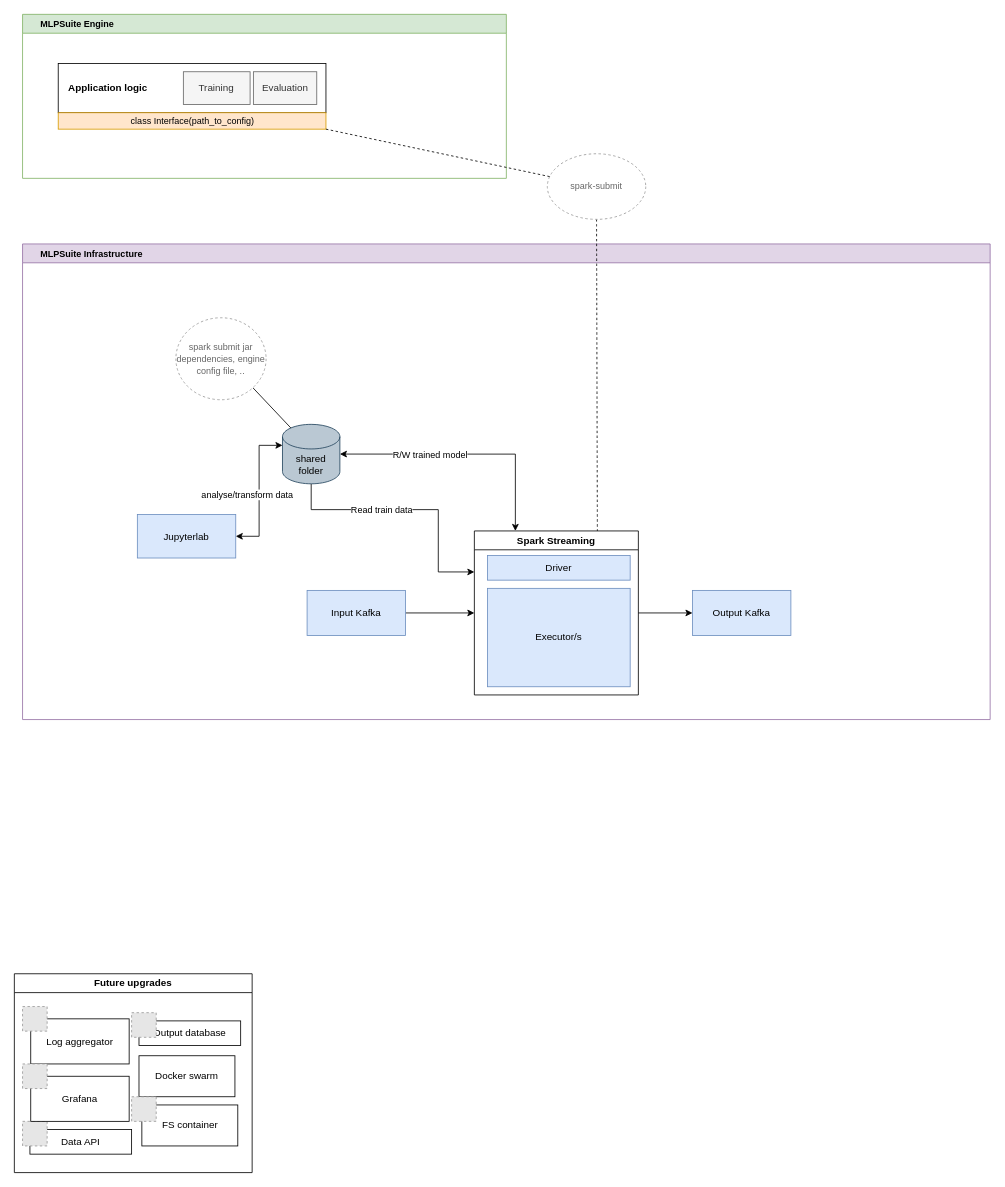
Earlier version of the draw.io diagram design/architecture.drawio (bubikhonza/mlpsuite). Source tidied: cells renumbered, new cells numbered last; positions are measured from the earlier drawing's top-left corner, leaving out a move shared by most shapes. Both pictures are drawn from the tidied source at 82%, with x=0, y=0 at pixel (14, 14). Pictures stored in the file or linked from it are replaced by grey dashed boxes.
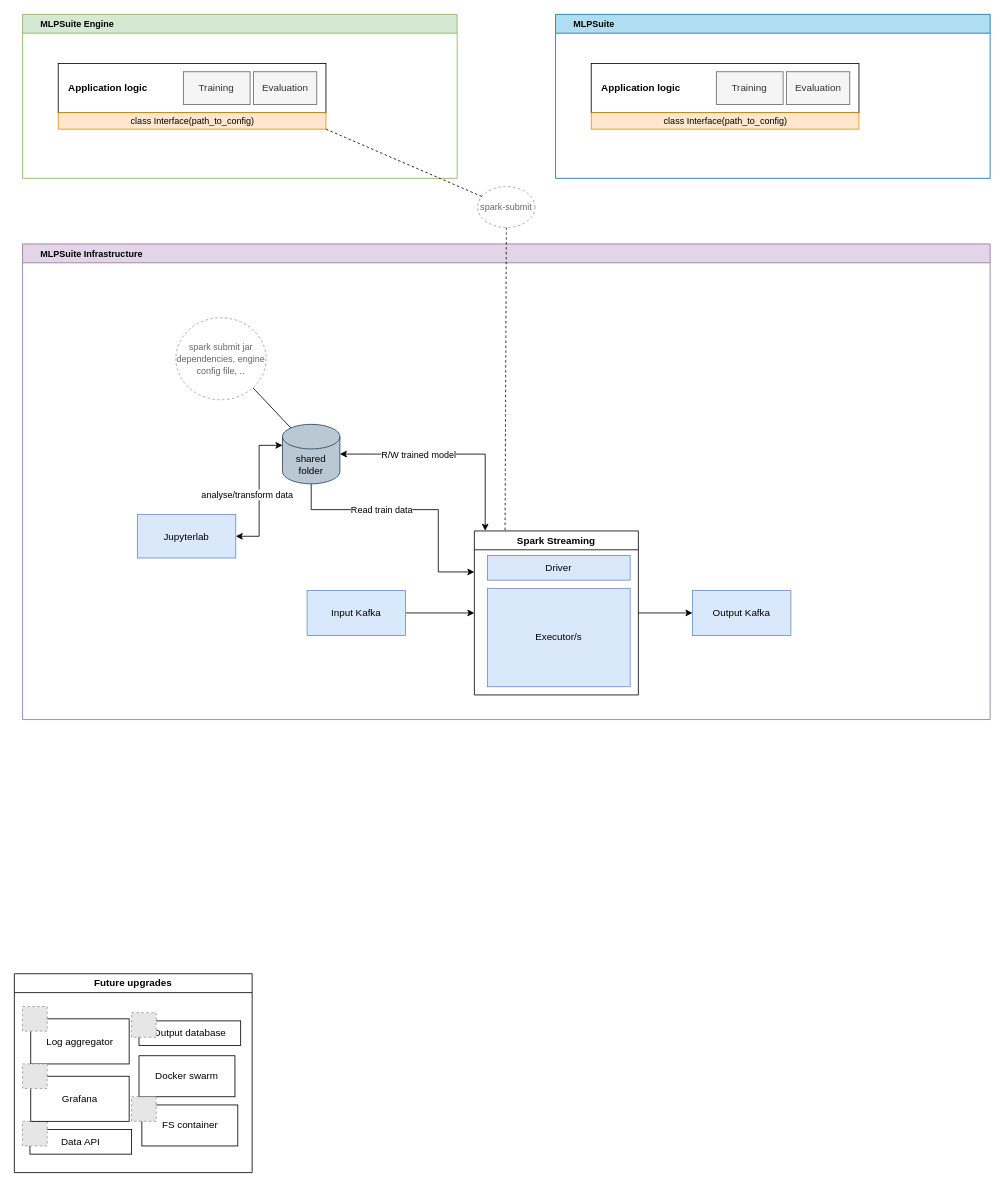
Above is the later version.

The change refers to these unchanged cells:
```xml
<mxCell id="14" value="MLPSuite Infrastructure" style="swimlane;whiteSpace=wrap;html=1;fontSize=11;fillColor=#e1d5e7;strokeColor=#9673a6;align=left;spacingLeft=20;" parent="1" vertex="1">
  <mxGeometry x="10" y="280" width="1180" height="580" as="geometry" />
</mxCell>
<mxCell id="15" value="Spark Streaming" style="swimlane;whiteSpace=wrap;html=1;" parent="14" vertex="1">
  <mxGeometry x="551" y="350" width="200" height="200" as="geometry" />
</mxCell>
<mxCell id="24" value="shared&lt;br&gt;folder" style="shape=cylinder3;whiteSpace=wrap;html=1;boundedLbl=1;backgroundOutline=1;size=15;fillColor=#bac8d3;strokeColor=#23445d;" parent="14" vertex="1">
  <mxGeometry x="317" y="220" width="70" height="72.5" as="geometry" />
</mxCell>
```

Change to the diagram source:
```diff
@@
-    <mxCell id="25" style="edgeStyle=orthogonalEdgeStyle;rounded=0;jettySize=auto;html=1;exitX=0.25;exitY=0;exitDx=0;exitDy=0;entryX=1;entryY=0.5;entryDx=0;entryDy=0;entryPerimeter=0;startArrow=classic;startFill=1;" parent="14" edge="1" source="15" target="24">
+    <mxCell id="25" style="edgeStyle=orthogonalEdgeStyle;rounded=0;jettySize=auto;html=1;entryX=1;entryY=0.5;entryDx=0;entryDy=0;entryPerimeter=0;startArrow=classic;startFill=1;exitX=0.066;exitY=-0.001;exitDx=0;exitDy=0;exitPerimeter=0;" parent="14" edge="1" source="15" target="24">
       <mxGeometry relative="1" as="geometry" />
     </mxCell>
@@
     <mxCell id="32" value="MLPSuite Engine" style="swimlane;whiteSpace=wrap;html=1;fontSize=11;align=left;spacingLeft=20;fillColor=#d5e8d4;strokeColor=#82b366;" parent="1" vertex="1">
-      <mxGeometry x="10" width="590" height="200" as="geometry" />
+      <mxGeometry x="10" width="530" height="200" as="geometry" />
     </mxCell>
@@
-    <mxCell id="38" style="edgeStyle=none;curved=1;jettySize=auto;html=1;exitX=0.5;exitY=1;exitDx=0;exitDy=0;entryX=0.75;entryY=0;entryDx=0;entryDy=0;dashed=1;fontSize=11;fontColor=#666666;endArrow=none;endFill=0;" parent="1" edge="1" source="39" target="15">
+    <mxCell id="38" style="edgeStyle=none;curved=1;jettySize=auto;html=1;exitX=0.5;exitY=1;exitDx=0;exitDy=0;entryX=0.187;entryY=0.003;entryDx=0;entryDy=0;dashed=1;fontSize=11;fontColor=#666666;endArrow=none;endFill=0;entryPerimeter=0;" parent="1" edge="1" source="39" target="15">
       <mxGeometry relative="1" as="geometry" />
     </mxCell>
     <mxCell id="39" value="spark-submit" style="ellipse;whiteSpace=wrap;html=1;dashed=1;labelBorderColor=none;strokeColor=#999999;fontSize=11;fontColor=#666666;fillColor=default;" parent="1" vertex="1">
-      <mxGeometry x="650" y="170" width="120" height="80" as="geometry" />
+      <mxGeometry x="565" y="210" width="70" height="50" as="geometry" />
     </mxCell>
@@
+    <mxCell id="41" value="MLPSuite&amp;nbsp;" style="swimlane;whiteSpace=wrap;html=1;fontSize=11;align=left;spacingLeft=20;fillColor=#b1ddf0;strokeColor=#10739e;" parent="1" vertex="1">
+      <mxGeometry x="660" width="530" height="200" as="geometry" />
+    </mxCell>
+    <mxCell id="42" style="group;" parent="41" vertex="1">
+      <mxGeometry x="43.5" y="60" width="326.5" height="60" as="geometry" />
+    </mxCell>
+    <mxCell id="43" value="Application logic" style="rounded=0;whiteSpace=wrap;html=1;fillStyle=auto;align=left;spacingLeft=10;fontStyle=1;" parent="42" vertex="1">
+      <mxGeometry width="326.5" height="60" as="geometry" />
+    </mxCell>
+    <mxCell id="44" value="Training" style="rounded=0;whiteSpace=wrap;html=1;fillStyle=auto;fillColor=#f5f5f5;fontColor=#333333;strokeColor=#666666;" parent="42" vertex="1">
+      <mxGeometry x="152.6" y="10" width="81.4" height="40" as="geometry" />
+    </mxCell>
+    <mxCell id="45" value="Evaluation" style="rounded=0;whiteSpace=wrap;html=1;fillStyle=auto;fillColor=#f5f5f5;fontColor=#333333;strokeColor=#666666;" parent="42" vertex="1">
+      <mxGeometry x="238" y="10" width="77.3" height="40" as="geometry" />
+    </mxCell>
+    <mxCell id="46" value="class Interface(path_to_config)" style="rounded=0;whiteSpace=wrap;html=1;fontSize=11;fillColor=#ffe6cc;strokeColor=#d79b00;" parent="41" vertex="1">
+      <mxGeometry x="43.5" y="120" width="326.5" height="20" as="geometry" />
+    </mxCell>
```
